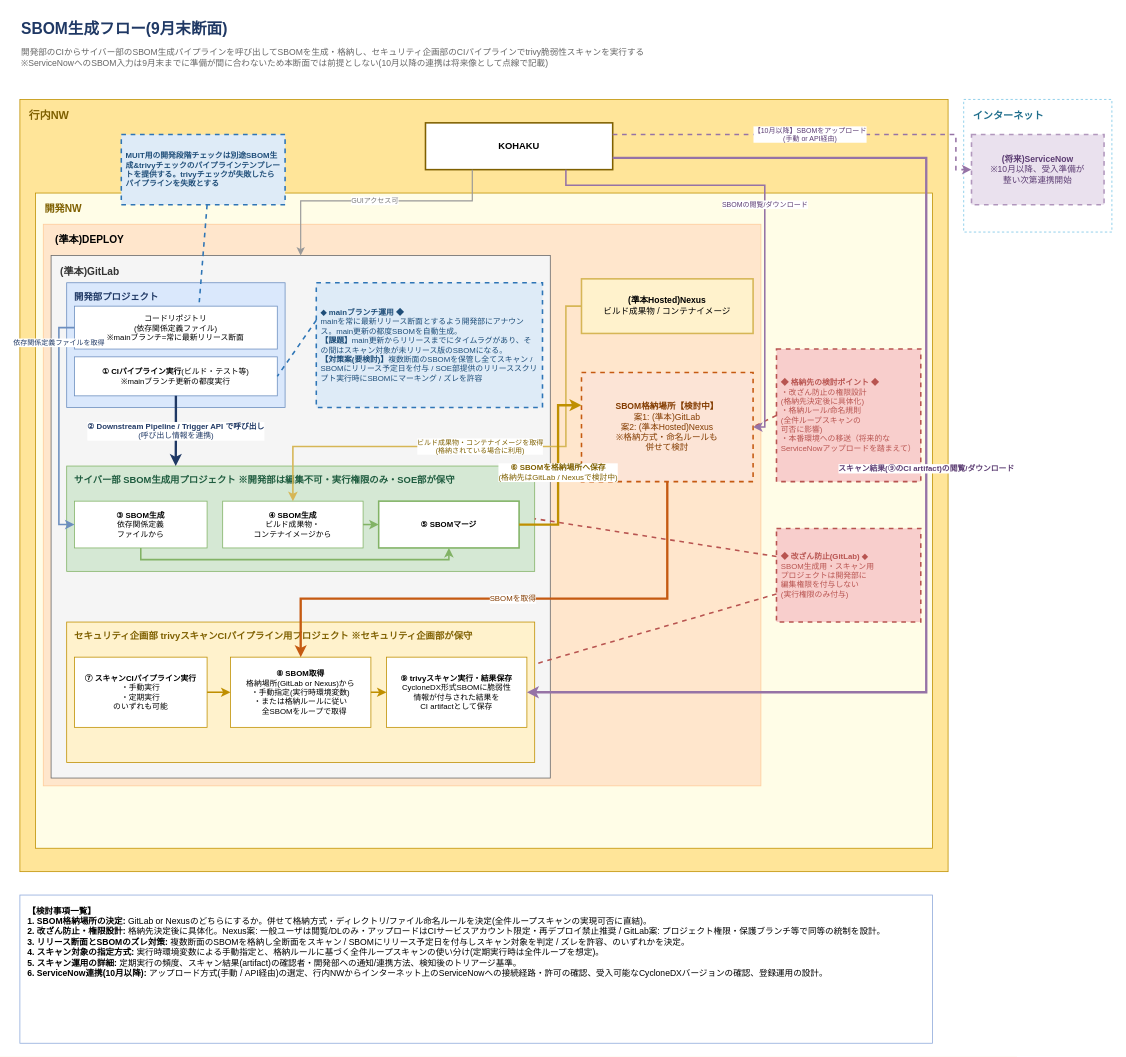
This is tmp/SBOM生成フロー_v4_9月末断面_2.drawio from shuyossy/ai-notebook, a draw.io file, before an edit. Source tidied: cells renumbered, new cells numbered last; positions are measured from the earlier drawing's top-left corner, leaving out a move shared by most shapes. Both pictures are drawn from the tidied source at 78%, with x=0, y=0 at pixel (20, 13).
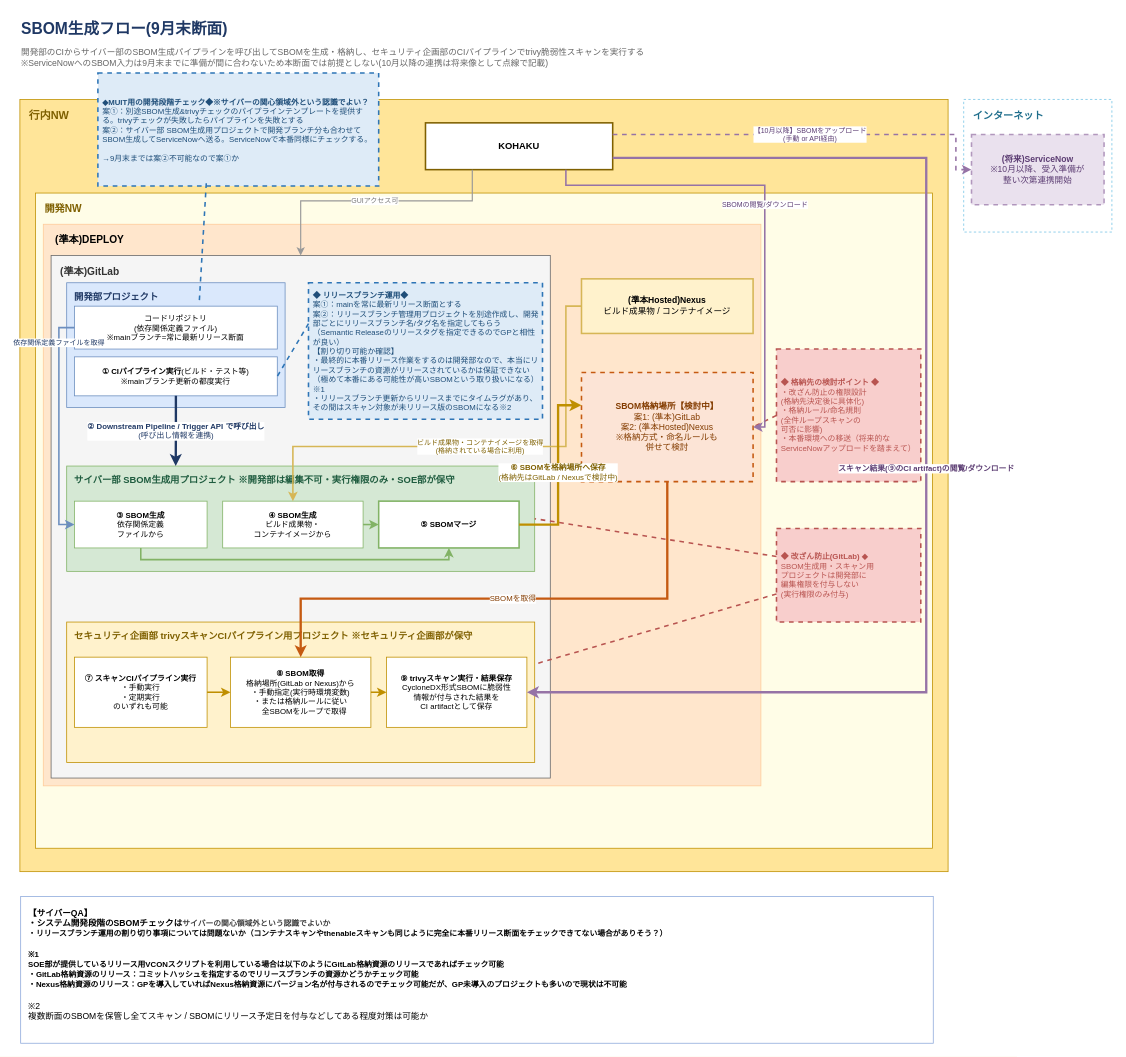
The same diagram, later.

The change refers to these unchanged cells:
```xml
<mxCell id="12" value="&lt;b&gt;開発部プロジェクト&lt;/b&gt;" style="rounded=0;whiteSpace=wrap;html=1;fillColor=#DAE8FC;strokeColor=#6C8EBF;verticalAlign=top;align=left;spacingLeft=8;spacingTop=4;fontSize=12;fontColor=#1F3864;" parent="1" vertex="1">
  <mxGeometry x="60" y="345" width="280" height="160" as="geometry" />
</mxCell>
```

The edit, as a diff of the source:
```diff
@@
-    <mxCell id="15" value="&lt;b&gt;◆ mainブランチ運用 ◆&lt;/b&gt;&lt;br&gt;mainを常に最新リリース断面とするよう開発部にアナウンス。main更新の都度SBOMを自動生成。&lt;br&gt;&lt;b&gt;【課題】&lt;/b&gt;main更新からリリースまでにタイムラグがあり、その間はスキャン対象が未リリース版のSBOMになる。&lt;br&gt;&lt;b&gt;【対策案(要検討)】&lt;/b&gt;複数断面のSBOMを保管し全てスキャン / SBOMにリリース予定日を付与 / SOE部提供のリリーススクリプト実行時にSBOMにマーキング / ズレを許容" style="rounded=0;whiteSpace=wrap;html=1;fillColor=#DEEBF7;strokeColor=#2E75B6;strokeWidth=2;dashed=1;fontSize=10;fontColor=#1F4E79;align=left;spacing=6;" parent="1" vertex="1">
-      <mxGeometry x="380" y="345" width="290" height="160" as="geometry" />
+    <mxCell id="15" value="&lt;b&gt;◆ リリースブランチ運用◆&lt;/b&gt;&lt;div&gt;案①：mainを常に最新リリース断面とする&lt;/div&gt;&lt;div&gt;案②：リリースブランチ管理用プロジェクトを別途作成し、開発部ごとにリリースブランチ名/タグ名を指定してもらう（Semantic Releaseのリリースタグを指定できるのでGPと相性が良い）&lt;br&gt;【割り切り可能か確認】&lt;/div&gt;&lt;div&gt;・最終的に本番リリース作業をするのは開発部なので、本当にリリースブランチの資源がリリースされているかは保証できない（極めて本番にある可能性が高いSBOMという取り扱いになる）※1&lt;/div&gt;&lt;div&gt;・リリースブランチ更新からリリースまでにタイムラグがあり、その間はスキャン対象が未リリース版のSBOMになる※2&lt;/div&gt;" style="rounded=0;whiteSpace=wrap;html=1;fillColor=#DEEBF7;strokeColor=#2E75B6;strokeWidth=2;dashed=1;fontSize=10;fontColor=#1F4E79;align=left;spacing=6;" parent="1" vertex="1">
+      <mxGeometry x="370" y="345" width="300" height="175" as="geometry" />
     </mxCell>
@@
-    <mxCell id="44" value="&lt;b&gt;【検討事項一覧】&lt;/b&gt;&lt;br&gt;&lt;b&gt;1. SBOM格納場所の決定:&lt;/b&gt; GitLab or Nexusのどちらにするか。併せて格納方式・ディレクトリ/ファイル命名ルールを決定(全件ループスキャンの実現可否に直結)。&lt;br&gt;&lt;b&gt;2. 改ざん防止・権限設計:&lt;/b&gt; 格納先決定後に具体化。Nexus案: 一般ユーザは閲覧/DLのみ・アップロードはCIサービスアカウント限定・再デプロイ禁止推奨 / GitLab案: プロジェクト権限・保護ブランチ等で同等の統制を設計。&lt;br&gt;&lt;b&gt;3. リリース断面とSBOMのズレ対策:&lt;/b&gt; 複数断面のSBOMを格納し全断面をスキャン / SBOMにリリース予定日を付与しスキャン対象を判定 / ズレを許容、のいずれかを決定。&lt;br&gt;&lt;b&gt;4. スキャン対象の指定方式:&lt;/b&gt; 実行時環境変数による手動指定と、格納ルールに基づく全件ループスキャンの使い分け(定期実行時は全件ループを想定)。&lt;br&gt;&lt;b&gt;5. スキャン運用の詳細:&lt;/b&gt; 定期実行の頻度、スキャン結果(artifact)の確認者・開発部への通知/連携方法、検知後のトリアージ基準。&lt;br&gt;&lt;b&gt;6. ServiceNow連携(10月以降):&lt;/b&gt; アップロード方式(手動 / API経由)の選定、行内NWからインターネット上のServiceNowへの接続経路・許可の確認、受入可能なCycloneDXバージョンの確認、登録運用の設計。" style="rounded=0;whiteSpace=wrap;html=1;fillColor=#FFFFFF;strokeColor=#8EA9DB;align=left;verticalAlign=top;spacing=10;fontSize=11;" parent="1" vertex="1">
-      <mxGeometry y="1130" width="1170" height="190" as="geometry" />
+    <mxCell id="44" value="&lt;b&gt;【サイバーQA】&lt;/b&gt;&lt;div&gt;&lt;b&gt;・システム開発段階のSBOMチェックは&lt;/b&gt;&lt;b style=&quot;color: rgb(63, 63, 63); scrollbar-color: rgb(226, 226, 226) rgb(251, 251, 251); font-size: 10px;&quot;&gt;サイバーの関心領域外という認識でよいか&lt;/b&gt;&lt;/div&gt;&lt;div&gt;&lt;b&gt;&lt;span style=&quot;font-size: 10px;&quot;&gt;・リリースブランチ運用の割り切り事項については問題ないか（コンテナスキャンやthenableスキャンも同じように完全に本番リリース断面をチェックできてない場合がありそう？）&lt;/span&gt;&lt;/b&gt;&lt;/div&gt;&lt;div&gt;&lt;b&gt;&lt;span style=&quot;font-size: 10px;&quot;&gt;&lt;br&gt;&lt;/span&gt;&lt;/b&gt;&lt;/div&gt;&lt;div&gt;&lt;b&gt;&lt;span style=&quot;font-size: 10px;&quot;&gt;※1&lt;/span&gt;&lt;/b&gt;&lt;/div&gt;&lt;div&gt;&lt;b&gt;&lt;span style=&quot;font-size: 10px;&quot;&gt;SOE部が提供しているリリース用VCONスクリプトを利用している場合は以下のようにGitLab格納資源のリリースであればチェック可能&lt;/span&gt;&lt;/b&gt;&lt;/div&gt;&lt;div&gt;&lt;b&gt;&lt;span style=&quot;font-size: 10px;&quot;&gt;・GitLab格納資源のリリース：コミットハッシュを指定するのでリリースブランチの資源かどうかチェック可能&lt;/span&gt;&lt;/b&gt;&lt;/div&gt;&lt;div&gt;&lt;b&gt;&lt;span style=&quot;font-size: 10px;&quot;&gt;・Nexus格納資源のリリース：GPを導入していればNexus格納資源にバージョン名が付与されるのでチェック可能だが、GP未導入のプロジェクトも多いので現状は不可能&lt;br&gt;&lt;/span&gt;&lt;/b&gt;&lt;br&gt;&lt;/div&gt;&lt;div&gt;※2&lt;/div&gt;&lt;div&gt;複数断面のSBOMを保管し全てスキャン / SBOMにリリース予定日を付与などしてある程度対策は可能か&lt;/div&gt;" style="rounded=0;whiteSpace=wrap;html=1;fillColor=#FFFFFF;strokeColor=#8EA9DB;align=left;verticalAlign=top;spacing=10;fontSize=11;" parent="1" vertex="1">
+      <mxGeometry x="1" y="1132" width="1170" height="188" as="geometry" />
     </mxCell>
-    <mxCell id="45" value="&lt;b&gt;MUIT用の開発段階チェックは別途SBOM生成&amp;amp;trivyチェックのパイプラインテンプレートを提供する。trivyチェックが失敗したらパイプラインを失敗とする&lt;/b&gt;" style="rounded=0;whiteSpace=wrap;html=1;fillColor=#DEEBF7;strokeColor=#2E75B6;strokeWidth=2;dashed=1;fontSize=10;fontColor=#1F4E79;align=left;spacing=6;" parent="1" vertex="1">
-      <mxGeometry x="130" y="155" width="210" height="90" as="geometry" />
+    <mxCell id="45" value="&lt;b&gt;◆MUIT用の開発段階チェック◆※サイバーの関心領域外という認識でよい？&lt;/b&gt;&lt;div&gt;案①：別途SBOM生成&amp;amp;trivyチェックのパイプラインテンプレートを提供する。trivyチェックが失敗したらパイプラインを失敗とする&lt;/div&gt;&lt;div&gt;案②：サイバー部 SBOM生成用プロジェクトで開発ブランチ分も合わせてSBOM生成してServiceNowへ送る。ServiceNowで本番同様にチェックする。&lt;/div&gt;&lt;div&gt;&lt;br&gt;&lt;/div&gt;&lt;div&gt;→9月末までは案②不可能なので案①か&lt;/div&gt;" style="rounded=0;whiteSpace=wrap;html=1;fillColor=#DEEBF7;strokeColor=#2E75B6;strokeWidth=2;dashed=1;fontSize=10;fontColor=#1F4E79;align=left;spacing=6;" parent="1" vertex="1">
+      <mxGeometry x="100" y="76" width="360" height="145" as="geometry" />
     </mxCell>
-    <mxCell id="46" style="endArrow=none;dashed=1;html=1;strokeColor=#2E75B6;strokeWidth=2;exitX=0;exitY=0.3;exitDx=0;exitDy=0;entryX=0.607;entryY=0.156;entryDx=0;entryDy=0;entryPerimeter=0;" parent="1" edge="1" target="12">
-      <mxGeometry relative="1" as="geometry">
-        <mxPoint x="240" y="245" as="sourcePoint" />
-      </mxGeometry>
+    <mxCell id="46" style="endArrow=none;dashed=1;html=1;strokeColor=#2E75B6;strokeWidth=2;exitX=0.386;exitY=0.976;exitDx=0;exitDy=0;entryX=0.607;entryY=0.156;entryDx=0;entryDy=0;entryPerimeter=0;exitPerimeter=0;" parent="1" edge="1" source="45" target="12">
+      <mxGeometry relative="1" as="geometry" />
     </mxCell>
```
